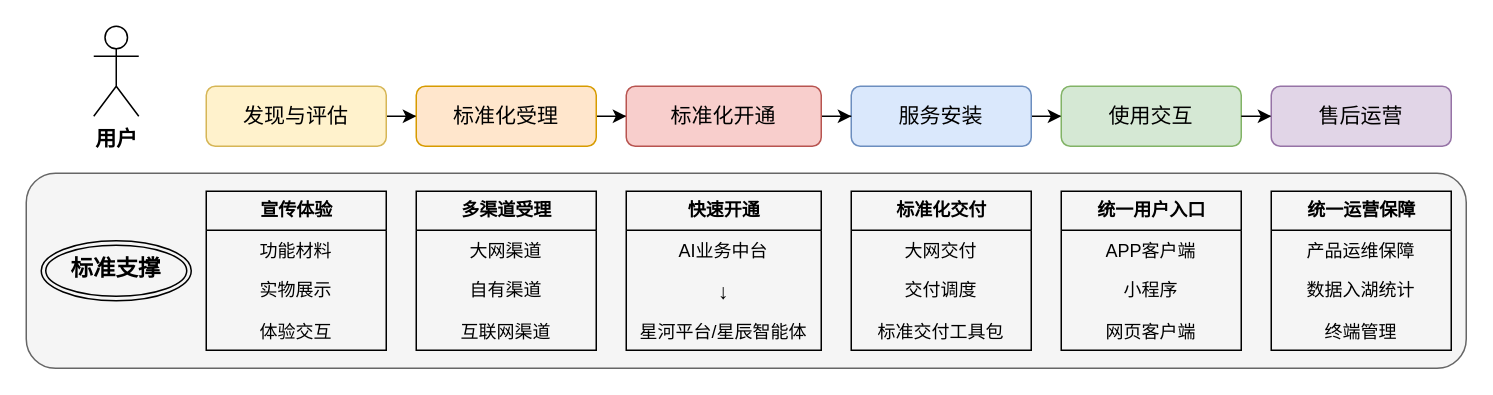
Before: 产品端到端流程（客户视角）.drawio in JQLIANG77/drowio, a draw.io diagram. Source tidied: cells renumbered, new cells numbered last; positions are measured from the earlier drawing's top-left corner, leaving out a move shared by most shapes. Both pictures are drawn from the tidied source at 150%, with x=0, y=0 at pixel (26, 26).
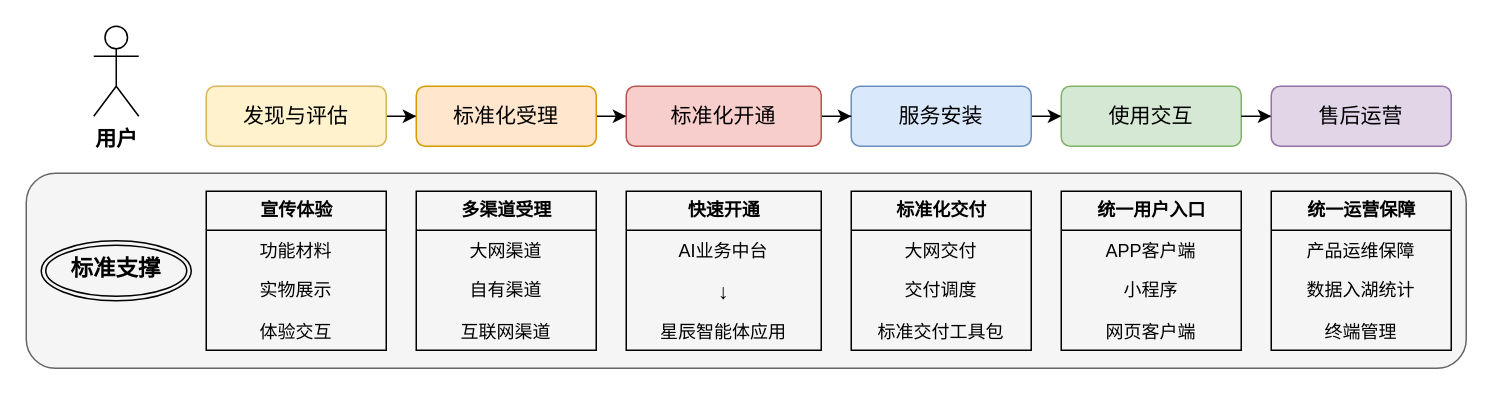
Above is the later version.

Commit message:
更新产品端到端流程（客户视角）.drawio

Unchanged cells that the change refers to:
```xml
<mxCell id="29" value="&lt;b&gt;快速开通&lt;/b&gt;" style="swimlane;fontStyle=0;horizontal=1;startSize=26;fillColor=none;html=1;" parent="1" vertex="1">
  <mxGeometry x="400" y="110" width="130" height="106" as="geometry" />
</mxCell>
```

The edit, as a diff of the source:
```diff
@@
-    <mxCell id="32" value="星河平台/星辰智能体" style="text;strokeColor=none;fillColor=none;align=center;verticalAlign=top;spacingLeft=4;spacingRight=4;overflow=hidden;whiteSpace=wrap;html=1;" parent="29" vertex="1">
+    <mxCell id="32" value="星辰智能体应用" style="text;strokeColor=none;fillColor=none;align=center;verticalAlign=top;spacingLeft=4;spacingRight=4;overflow=hidden;whiteSpace=wrap;html=1;" parent="29" vertex="1">
       <mxGeometry y="80" width="130" height="26" as="geometry" />
     </mxCell>
```
